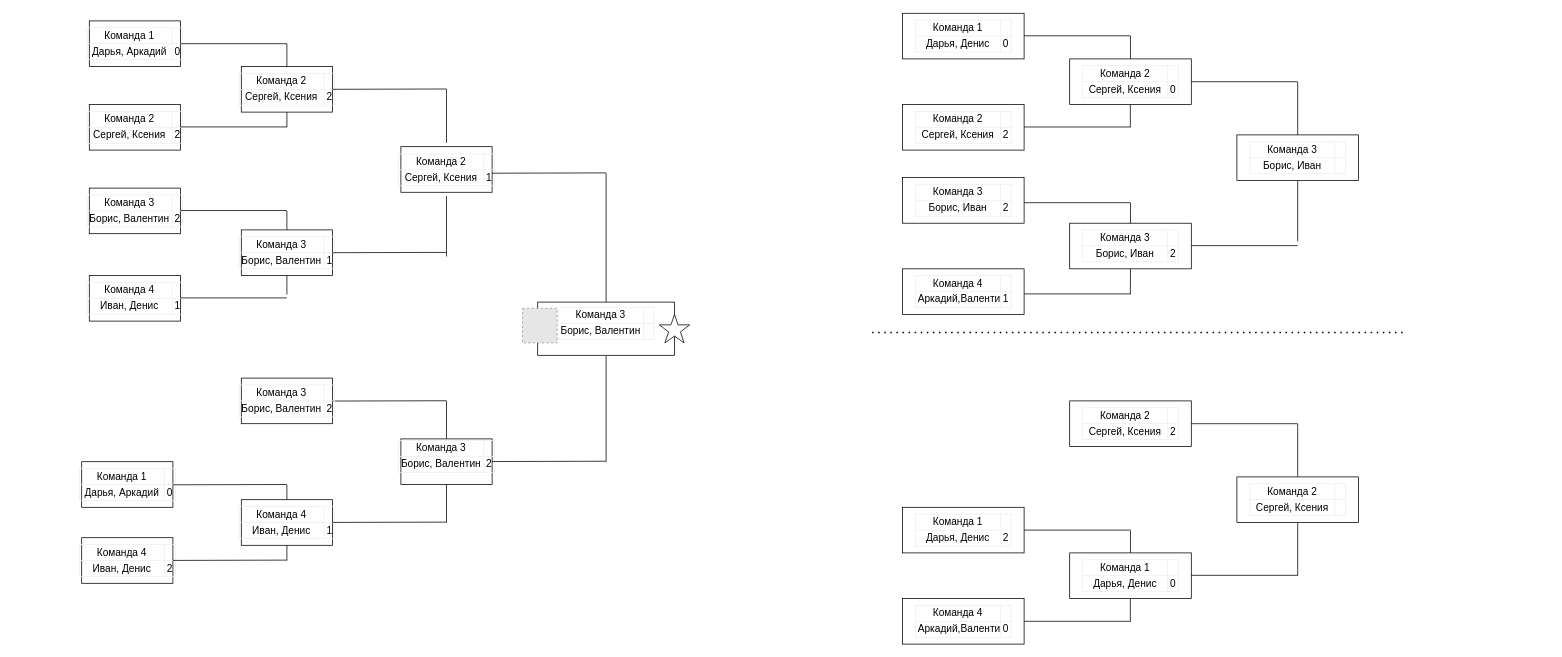
This is Диаграмма без названия.drawio from ispite/setka, a draw.io file, before an edit. Source tidied: cells renumbered, new cells numbered last; positions are measured from the earlier drawing's top-left corner, leaving out a move shared by most shapes. Both pictures are drawn from the tidied source at 76%, with x=0, y=0 at pixel (13, 13). Pictures stored in the file or linked from it are replaced by grey dashed boxes.
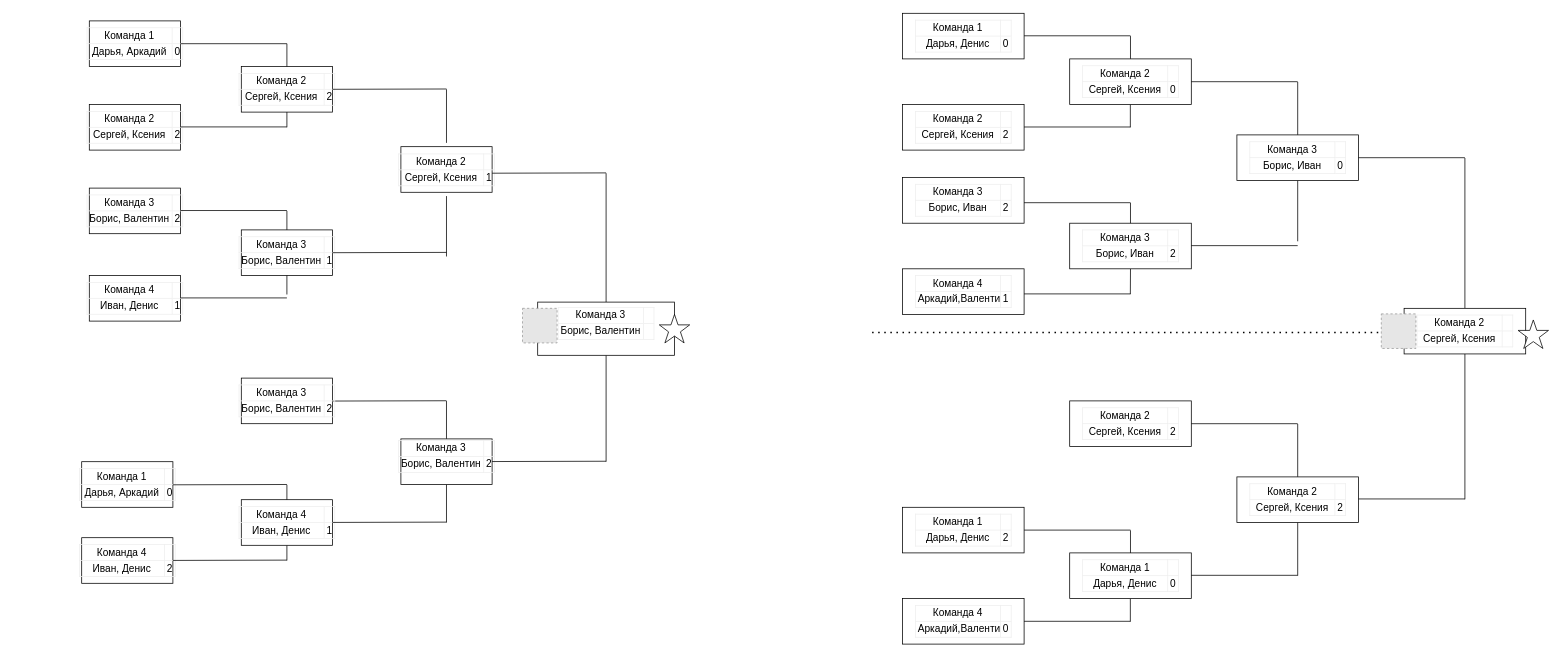
The same page after the edit.

The edit, as a diff of the source:
```diff
@@
-    <mxCell id="72" value="&lt;table style=&quot;table-layout: fixed ; font-size: 10pt ; font-family: &amp;quot;arial&amp;quot; ; width: 0px ; border-collapse: collapse ; border: none&quot; dir=&quot;ltr&quot; cellspacing=&quot;0&quot; cellpadding=&quot;0&quot; border=&quot;1&quot;&gt;&lt;colgroup&gt;&lt;col width=&quot;112&quot;&gt;&lt;col width=&quot;14&quot;&gt;&lt;/colgroup&gt;&lt;tbody&gt;&lt;tr style=&quot;height: 21px&quot;&gt;&lt;td style=&quot;overflow: hidden ; padding: 2px 3px 2px 3px ; vertical-align: bottom&quot;&gt;Команда 3&lt;/td&gt;&lt;td style=&quot;overflow: hidden ; padding: 2px 3px 2px 3px ; vertical-align: bottom&quot;&gt;&lt;br&gt;&lt;/td&gt;&lt;/tr&gt;&lt;tr style=&quot;height: 21px&quot;&gt;&lt;td style=&quot;overflow: hidden ; padding: 2px 3px 2px 3px ; vertical-align: bottom&quot;&gt;Борис, Иван&lt;br&gt;&lt;/td&gt;&lt;td style=&quot;overflow: hidden ; padding: 2px 3px 2px 3px ; vertical-align: bottom ; text-align: right&quot;&gt;&lt;br&gt;&lt;/td&gt;&lt;/tr&gt;&lt;/tbody&gt;&lt;/table&gt;" style="rounded=0;whiteSpace=wrap;html=1;" parent="1" vertex="1">
+    <mxCell id="72" value="&lt;table style=&quot;table-layout: fixed ; font-size: 10pt ; font-family: &amp;quot;arial&amp;quot; ; width: 0px ; border-collapse: collapse ; border: none&quot; dir=&quot;ltr&quot; cellspacing=&quot;0&quot; cellpadding=&quot;0&quot; border=&quot;1&quot;&gt;&lt;colgroup&gt;&lt;col width=&quot;112&quot;&gt;&lt;col width=&quot;14&quot;&gt;&lt;/colgroup&gt;&lt;tbody&gt;&lt;tr style=&quot;height: 21px&quot;&gt;&lt;td style=&quot;overflow: hidden ; padding: 2px 3px 2px 3px ; vertical-align: bottom&quot;&gt;Команда 3&lt;/td&gt;&lt;td style=&quot;overflow: hidden ; padding: 2px 3px 2px 3px ; vertical-align: bottom&quot;&gt;&lt;br&gt;&lt;/td&gt;&lt;/tr&gt;&lt;tr style=&quot;height: 21px&quot;&gt;&lt;td style=&quot;overflow: hidden ; padding: 2px 3px 2px 3px ; vertical-align: bottom&quot;&gt;Борис, Иван&lt;br&gt;&lt;/td&gt;&lt;td style=&quot;overflow: hidden ; padding: 2px 3px 2px 3px ; vertical-align: bottom ; text-align: right&quot;&gt;0&lt;br&gt;&lt;/td&gt;&lt;/tr&gt;&lt;/tbody&gt;&lt;/table&gt;" style="rounded=0;whiteSpace=wrap;html=1;" parent="1" vertex="1">
       <mxGeometry x="1610" y="160" width="160" height="60" as="geometry" />
     </mxCell>
@@
-    <mxCell id="78" value="&lt;table style=&quot;table-layout: fixed ; font-size: 10pt ; font-family: &amp;quot;arial&amp;quot; ; width: 0px ; border-collapse: collapse ; border: none&quot; dir=&quot;ltr&quot; cellspacing=&quot;0&quot; cellpadding=&quot;0&quot; border=&quot;1&quot;&gt;&lt;colgroup&gt;&lt;col width=&quot;112&quot;&gt;&lt;col width=&quot;14&quot;&gt;&lt;/colgroup&gt;&lt;tbody&gt;&lt;tr style=&quot;height: 21px&quot;&gt;&lt;td style=&quot;overflow: hidden ; padding: 2px 3px 2px 3px ; vertical-align: bottom&quot;&gt;Команда 2&lt;/td&gt;&lt;td style=&quot;overflow: hidden ; padding: 2px 3px 2px 3px ; vertical-align: bottom&quot;&gt;&lt;br&gt;&lt;/td&gt;&lt;/tr&gt;&lt;tr style=&quot;height: 21px&quot;&gt;&lt;td style=&quot;overflow: hidden ; padding: 2px 3px 2px 3px ; vertical-align: bottom&quot;&gt;Сергей, Ксения&lt;/td&gt;&lt;td style=&quot;overflow: hidden ; padding: 2px 3px 2px 3px ; vertical-align: bottom ; text-align: right&quot;&gt;&lt;br&gt;&lt;/td&gt;&lt;/tr&gt;&lt;/tbody&gt;&lt;/table&gt;" style="rounded=0;whiteSpace=wrap;html=1;" parent="1" vertex="1">
+    <mxCell id="78" value="&lt;table style=&quot;table-layout: fixed ; font-size: 10pt ; font-family: &amp;quot;arial&amp;quot; ; width: 0px ; border-collapse: collapse ; border: none&quot; dir=&quot;ltr&quot; cellspacing=&quot;0&quot; cellpadding=&quot;0&quot; border=&quot;1&quot;&gt;&lt;colgroup&gt;&lt;col width=&quot;112&quot;&gt;&lt;col width=&quot;14&quot;&gt;&lt;/colgroup&gt;&lt;tbody&gt;&lt;tr style=&quot;height: 21px&quot;&gt;&lt;td style=&quot;overflow: hidden ; padding: 2px 3px 2px 3px ; vertical-align: bottom&quot;&gt;Команда 2&lt;/td&gt;&lt;td style=&quot;overflow: hidden ; padding: 2px 3px 2px 3px ; vertical-align: bottom&quot;&gt;&lt;br&gt;&lt;/td&gt;&lt;/tr&gt;&lt;tr style=&quot;height: 21px&quot;&gt;&lt;td style=&quot;overflow: hidden ; padding: 2px 3px 2px 3px ; vertical-align: bottom&quot;&gt;Сергей, Ксения&lt;/td&gt;&lt;td style=&quot;overflow: hidden ; padding: 2px 3px 2px 3px ; vertical-align: bottom ; text-align: right&quot;&gt;2&lt;/td&gt;&lt;/tr&gt;&lt;/tbody&gt;&lt;/table&gt;" style="rounded=0;whiteSpace=wrap;html=1;" parent="1" vertex="1">
       <mxGeometry x="1610" y="610" width="160" height="60" as="geometry" />
     </mxCell>
+    <mxCell id="79" style="endArrow=none;html=1;rounded=0;exitX=1;exitY=0.5;exitDx=0;exitDy=0;" parent="1" edge="1">
+      <mxGeometry relative="1" as="geometry">
+        <mxPoint x="1770" y="190" as="sourcePoint" />
+        <mxPoint x="1910" y="190" as="targetPoint" />
+      </mxGeometry>
+    </mxCell>
+    <mxCell id="80" style="endArrow=none;html=1;rounded=0;exitX=1;exitY=0.5;exitDx=0;exitDy=0;" parent="1" edge="1">
+      <mxGeometry relative="1" as="geometry">
+        <mxPoint x="1770" y="639" as="sourcePoint" />
+        <mxPoint x="1910" y="639" as="targetPoint" />
+      </mxGeometry>
+    </mxCell>
+    <mxCell id="81" style="endArrow=none;html=1;rounded=0;exitX=0.5;exitY=0;exitDx=0;exitDy=0;" parent="1" edge="1" source="83">
+      <mxGeometry relative="1" as="geometry">
+        <mxPoint x="1910" y="190.4" as="targetPoint" />
+      </mxGeometry>
+    </mxCell>
+    <mxCell id="82" style="endArrow=none;html=1;rounded=0;entryX=0.5;entryY=1;entryDx=0;entryDy=0;" parent="1" edge="1" target="83">
+      <mxGeometry relative="1" as="geometry">
+        <mxPoint x="1910" y="639.5" as="sourcePoint" />
+      </mxGeometry>
+    </mxCell>
+    <mxCell id="83" value="&lt;table style=&quot;table-layout: fixed ; font-size: 10pt ; font-family: &amp;quot;arial&amp;quot; ; width: 0px ; border-collapse: collapse ; border: none&quot; dir=&quot;ltr&quot; cellspacing=&quot;0&quot; cellpadding=&quot;0&quot; border=&quot;1&quot;&gt;&lt;colgroup&gt;&lt;col width=&quot;112&quot;&gt;&lt;col width=&quot;14&quot;&gt;&lt;/colgroup&gt;&lt;tbody&gt;&lt;tr style=&quot;height: 21px&quot;&gt;&lt;td style=&quot;overflow: hidden ; padding: 2px 3px 2px 3px ; vertical-align: bottom&quot;&gt;Команда 2&lt;/td&gt;&lt;td style=&quot;overflow: hidden ; padding: 2px 3px 2px 3px ; vertical-align: bottom&quot;&gt;&lt;br&gt;&lt;/td&gt;&lt;/tr&gt;&lt;tr style=&quot;height: 21px&quot;&gt;&lt;td style=&quot;overflow: hidden ; padding: 2px 3px 2px 3px ; vertical-align: bottom&quot;&gt;Сергей, Ксения&lt;/td&gt;&lt;td style=&quot;overflow: hidden ; padding: 2px 3px 2px 3px ; vertical-align: bottom ; text-align: right&quot;&gt;&lt;br&gt;&lt;/td&gt;&lt;/tr&gt;&lt;/tbody&gt;&lt;/table&gt;" style="rounded=0;whiteSpace=wrap;html=1;" parent="1" vertex="1">
+      <mxGeometry x="1830" y="388.2" width="160" height="60" as="geometry" />
+    </mxCell>
+    <mxCell id="84" value="&amp;nbsp;" style="text;whiteSpace=wrap;html=1;" parent="1" vertex="1">
+      <mxGeometry x="1530" y="550" width="40" height="40" as="geometry" />
+    </mxCell>
+    <mxCell id="85" style="verticalLabelPosition=bottom;verticalAlign=top;html=1;shape=mxgraph.basic.star;" parent="1" vertex="1">
+      <mxGeometry x="1980" y="403.5" width="40" height="37.5" as="geometry" />
+    </mxCell>
+    <mxCell id="86" style="fillColor=#E6E6E6;strokeColor=#999999;dashed=1;html=1;verticalLabelPosition=bottom;verticalAlign=top;" parent="1" vertex="1">
+      <mxGeometry x="1800" y="395.5" width="45.5" height="45.5" as="geometry" />
+    </mxCell>
```
